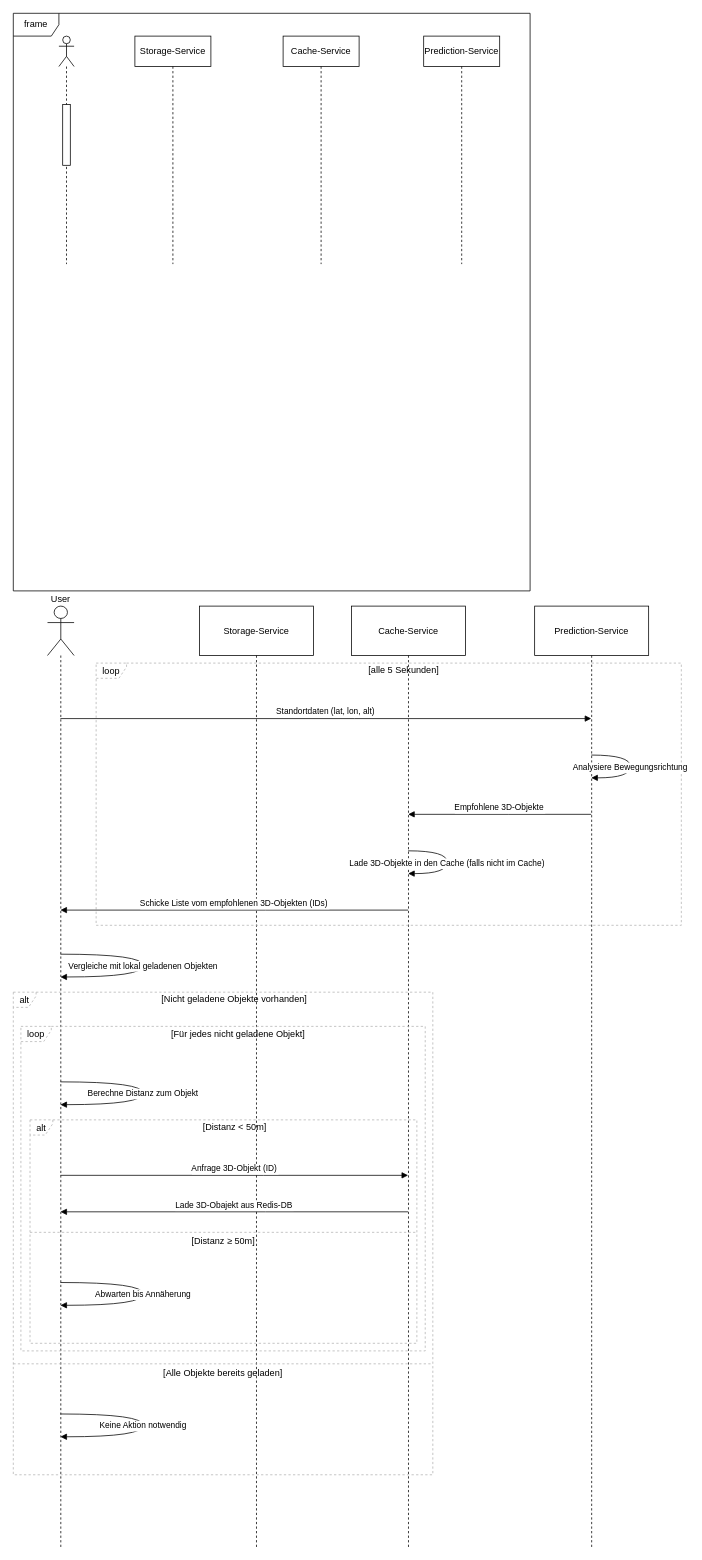
MarvMa/ARPAS-Services keeps this draw.io diagram as page "Sequence-Diagram" (4 of 4) of documentation/diagrams/Architecture-diagram.drawio. Above is the earlier version. Source tidied: cells renumbered, new cells numbered last; positions are measured from the earlier drawing's top-left corner, leaving out a move shared by most shapes. Both pictures are drawn from the tidied source at 76%, with x=0, y=0 at pixel (13, 13).
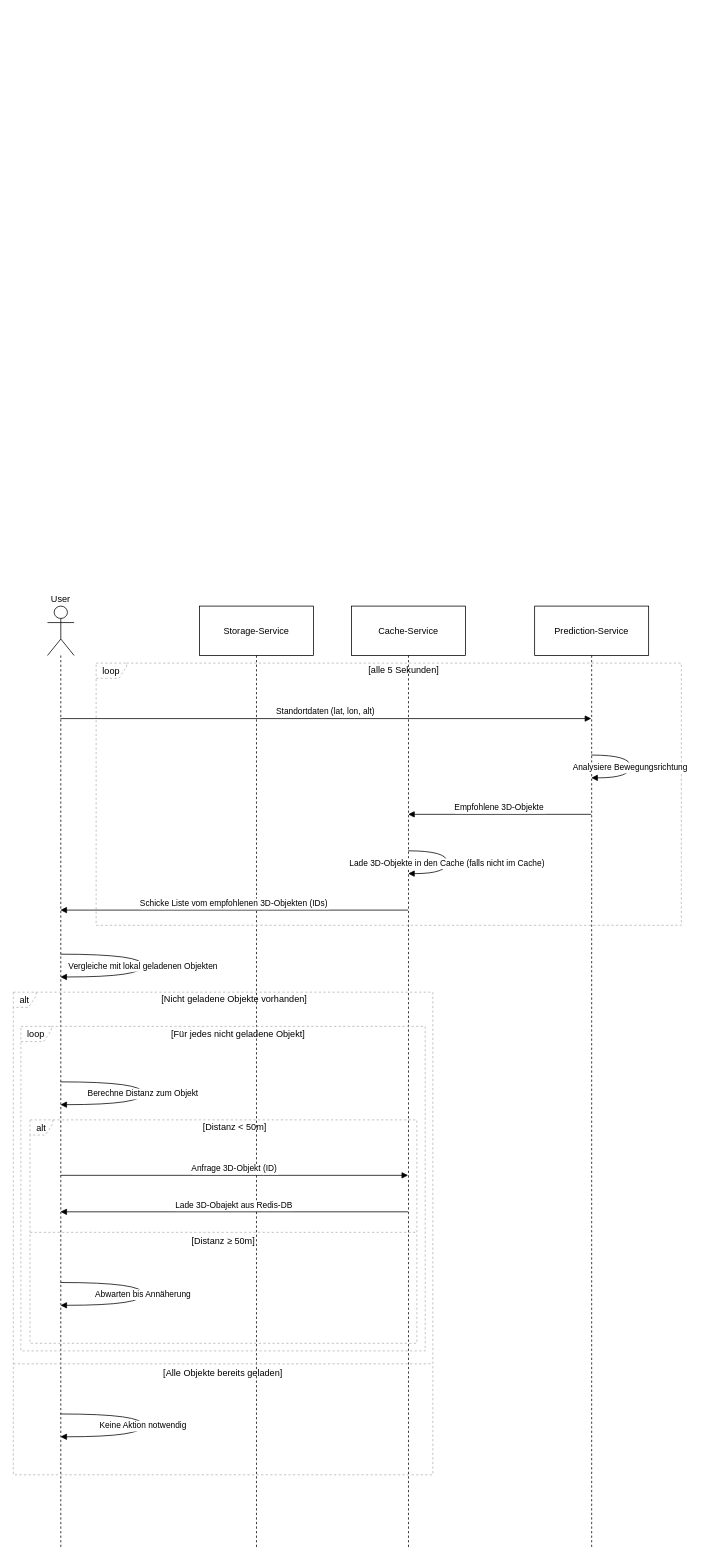
The same diagram, later.

Commit message:
remove unused sequence-diagram

Change to the diagram source:
```diff
@@
-    <mxCell id="2" style="shape=umlLifeline;perimeter=lifelinePerimeter;whiteSpace=wrap;html=1;newEdgeStyle={&quot;curved&quot;:0,&quot;rounded&quot;:0};participant=umlActor;" parent="1" vertex="1">
-      <mxGeometry x="60" y="30" width="20" height="300" as="geometry" />
-    </mxCell>
-    <mxCell id="3" style="html=1;perimeter=orthogonalPerimeter;targetShapes=umlLifeline;newEdgeStyle={&quot;curved&quot;:0,&quot;rounded&quot;:0};" parent="2" vertex="1">
-      <mxGeometry x="5" y="90" width="10" height="80" as="geometry" />
-    </mxCell>
-    <mxCell id="4" value="Storage-Service" style="shape=umlLifeline;perimeter=lifelinePerimeter;whiteSpace=wrap;html=1;newEdgeStyle={&quot;curved&quot;:0,&quot;rounded&quot;:0};" parent="1" vertex="1">
-      <mxGeometry x="160" y="30" width="100" height="300" as="geometry" />
-    </mxCell>
-    <mxCell id="5" value="Cache-Service" style="shape=umlLifeline;perimeter=lifelinePerimeter;whiteSpace=wrap;html=1;newEdgeStyle={&quot;curved&quot;:0,&quot;rounded&quot;:0};" parent="1" vertex="1">
-      <mxGeometry x="355" y="30" width="100" height="300" as="geometry" />
-    </mxCell>
-    <mxCell id="6" value="Prediction-Service" style="shape=umlLifeline;perimeter=lifelinePerimeter;whiteSpace=wrap;html=1;newEdgeStyle={&quot;curved&quot;:0,&quot;rounded&quot;:0};" parent="1" vertex="1">
-      <mxGeometry x="540" y="30" width="100" height="300" as="geometry" />
-    </mxCell>
-    <mxCell id="7" value="frame" style="shape=umlFrame;whiteSpace=wrap;html=1;" parent="1" vertex="1">
-      <mxGeometry width="680" height="760" as="geometry" />
-    </mxCell>
```
